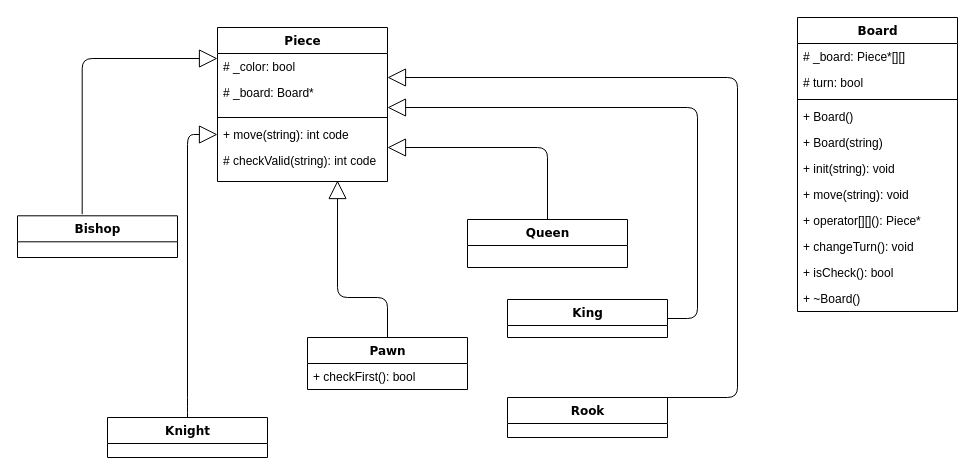
This is ChessProject.drawio from itamar12m/Chess-Project, a draw.io file, before an edit. Source tidied: cells renumbered, new cells numbered last; positions are measured from the earlier drawing's top-left corner, leaving out a move shared by most shapes. Both pictures are drawn from the tidied source at 100%, with x=0, y=0 at pixel (17, 17).
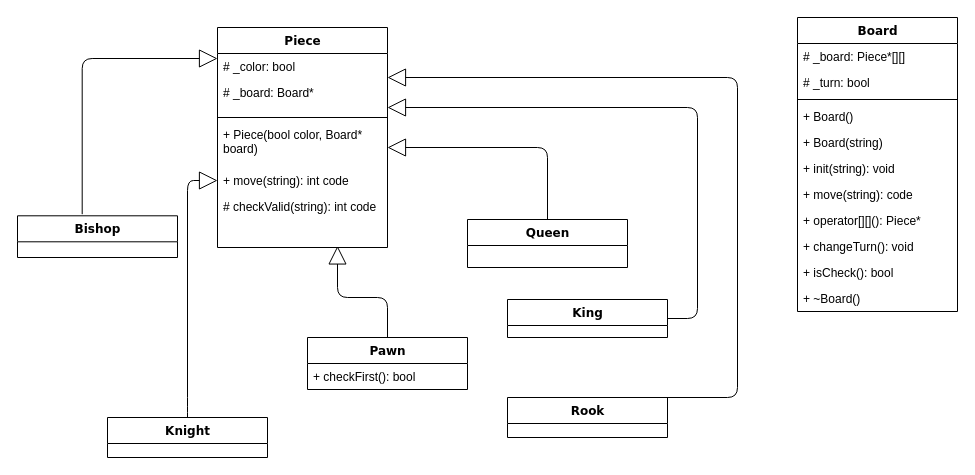
The same page after the edit.

Commit message (it also covers changes not shown here):
start writing Board class

Unchanged cells that the change refers to:
```xml
<mxCell id="21" value="Board" style="swimlane;html=1;fontStyle=1;align=center;verticalAlign=top;horizontal=1;startSize=26;swimlaneFillColor=#ffffff;rounded=0;shadow=0;comic=0;labelBackgroundColor=none;strokeWidth=1;fillColor=none;fontFamily=Verdana;fontSize=12;" parent="1" vertex="1">
  <mxGeometry x="780" width="160" height="294" as="geometry" />
</mxCell>
```

Change to the diagram source:
```diff
@@
     <mxCell id="2" value="Piece" style="swimlane;html=1;fontStyle=1;align=center;verticalAlign=top;horizontal=1;startSize=26;swimlaneFillColor=#ffffff;rounded=0;shadow=0;comic=0;labelBackgroundColor=none;strokeWidth=1;fillColor=none;fontFamily=Verdana;fontSize=12;" parent="1" vertex="1">
-      <mxGeometry x="200" y="10" width="170" height="154" as="geometry" />
+      <mxGeometry x="200" y="10" width="170" height="220" as="geometry" />
     </mxCell>
@@
+    <mxCell id="33" value="+ Piece(bool color, Board* board)" style="text;html=1;strokeColor=none;fillColor=none;align=left;verticalAlign=top;spacingLeft=4;spacingRight=4;whiteSpace=wrap;overflow=hidden;" parent="2" vertex="1">
+      <mxGeometry y="94" width="170" height="46" as="geometry" />
+    </mxCell>
     <mxCell id="6" value="+ move(string): int code" style="text;html=1;strokeColor=none;fillColor=none;align=left;verticalAlign=top;spacingLeft=4;spacingRight=4;whiteSpace=wrap;overflow=hidden;points=[[0,0.5],[1,0.5]];portConstraint=eastwest;" parent="2" vertex="1">
-      <mxGeometry y="94" width="170" height="26" as="geometry" />
+      <mxGeometry y="140" width="170" height="26" as="geometry" />
     </mxCell>
     <mxCell id="7" value="# checkValid(string): int code" style="text;html=1;strokeColor=none;fillColor=none;align=left;verticalAlign=top;spacingLeft=4;spacingRight=4;whiteSpace=wrap;overflow=hidden;points=[[0,0.5],[1,0.5]];portConstraint=eastwest;" parent="2" vertex="1">
-      <mxGeometry y="120" width="170" height="34" as="geometry" />
+      <mxGeometry y="166" width="170" height="54" as="geometry" />
     </mxCell>
@@
-    <mxCell id="23" value="# turn: bool" style="text;html=1;strokeColor=none;fillColor=none;align=left;verticalAlign=top;spacingLeft=4;spacingRight=4;whiteSpace=wrap;overflow=hidden;" parent="21" vertex="1">
+    <mxCell id="23" value="# _turn: bool" style="text;html=1;strokeColor=none;fillColor=none;align=left;verticalAlign=top;spacingLeft=4;spacingRight=4;whiteSpace=wrap;overflow=hidden;" parent="21" vertex="1">
       <mxGeometry y="52" width="160" height="26" as="geometry" />
     </mxCell>
@@
-    <mxCell id="28" value="+ move(string): void" style="text;html=1;strokeColor=none;fillColor=none;align=left;verticalAlign=top;spacingLeft=4;spacingRight=4;whiteSpace=wrap;overflow=hidden;" parent="21" vertex="1">
+    <mxCell id="28" value="+ move(string): code" style="text;html=1;strokeColor=none;fillColor=none;align=left;verticalAlign=top;spacingLeft=4;spacingRight=4;whiteSpace=wrap;overflow=hidden;" parent="21" vertex="1">
       <mxGeometry y="164" width="160" height="26" as="geometry" />
     </mxCell>
```
